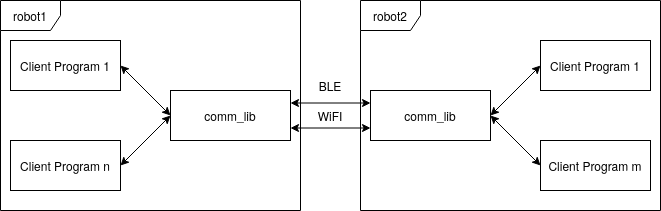
The draw.io diagram img/RECT-Architecture.png in F-WuTS/RECT-Diploma-Thesis, before a commit. Source tidied: cells renumbered, new cells last; positions are measured from the earlier drawing's top-left corner, leaving out a move shared by most shapes. Its diagram source:
```xml
<mxGraphModel>
  <root>
    <mxCell id="0" />
    <mxCell id="1" parent="0" />
    <mxCell id="2" value="robot1" style="shape=umlFrame;whiteSpace=wrap;html=1;" parent="1" vertex="1">
      <mxGeometry width="300" height="210" as="geometry" />
    </mxCell>
    <mxCell id="3" value="robot2" style="shape=umlFrame;whiteSpace=wrap;html=1;" parent="1" vertex="1">
      <mxGeometry x="360" width="300" height="210" as="geometry" />
    </mxCell>
    <mxCell id="4" value="Client Program 1" style="html=1;whiteSpace=wrap;" parent="1" vertex="1">
      <mxGeometry x="10" y="40" width="110" height="50" as="geometry" />
    </mxCell>
    <mxCell id="5" value="comm_lib" style="rounded=0;whiteSpace=wrap;html=1;" parent="1" vertex="1">
      <mxGeometry x="170" y="90" width="120" height="50" as="geometry" />
    </mxCell>
    <mxCell id="6" value="comm_lib" style="rounded=0;whiteSpace=wrap;html=1;" parent="1" vertex="1">
      <mxGeometry x="370" y="90" width="120" height="50" as="geometry" />
    </mxCell>
    <mxCell id="7" value="Client Program n" style="html=1;whiteSpace=wrap;" parent="1" vertex="1">
      <mxGeometry x="10" y="140" width="110" height="50" as="geometry" />
    </mxCell>
    <mxCell id="8" value="Client Program 1" style="html=1;whiteSpace=wrap;" parent="1" vertex="1">
      <mxGeometry x="540" y="40" width="110" height="50" as="geometry" />
    </mxCell>
    <mxCell id="9" value="Client Program m" style="html=1;whiteSpace=wrap;" parent="1" vertex="1">
      <mxGeometry x="540" y="140" width="110" height="50" as="geometry" />
    </mxCell>
    <mxCell id="10" style="endArrow=classic;startArrow=classic;html=1;rounded=0;exitX=1;exitY=0.5;exitDx=0;exitDy=0;entryX=0;entryY=0.5;entryDx=0;entryDy=0;" parent="1" edge="1" source="4" target="5">
      <mxGeometry relative="1" as="geometry" />
    </mxCell>
    <mxCell id="11" style="endArrow=classic;startArrow=classic;html=1;rounded=0;exitX=1;exitY=0.5;exitDx=0;exitDy=0;entryX=0;entryY=0.5;entryDx=0;entryDy=0;" parent="1" edge="1" source="7" target="5">
      <mxGeometry relative="1" as="geometry" />
    </mxCell>
    <mxCell id="12" style="endArrow=classic;startArrow=classic;html=1;rounded=0;exitX=1;exitY=0.5;exitDx=0;exitDy=0;entryX=0;entryY=0.5;entryDx=0;entryDy=0;" parent="1" edge="1" source="6" target="8">
      <mxGeometry relative="1" as="geometry" />
    </mxCell>
    <mxCell id="13" style="endArrow=classic;startArrow=classic;html=1;rounded=0;entryX=0;entryY=0.5;entryDx=0;entryDy=0;exitX=1;exitY=0.5;exitDx=0;exitDy=0;" parent="1" edge="1" source="6" target="9">
      <mxGeometry relative="1" as="geometry" />
    </mxCell>
    <mxCell id="14" style="endArrow=classic;startArrow=classic;html=1;rounded=0;exitX=1;exitY=0.25;exitDx=0;exitDy=0;entryX=0;entryY=0.25;entryDx=0;entryDy=0;" parent="1" edge="1" source="5" target="6">
      <mxGeometry relative="1" as="geometry" />
    </mxCell>
    <mxCell id="15" style="endArrow=classic;startArrow=classic;html=1;rounded=0;exitX=1;exitY=0.75;exitDx=0;exitDy=0;entryX=0;entryY=0.75;entryDx=0;entryDy=0;" parent="1" edge="1" source="5" target="6">
      <mxGeometry relative="1" as="geometry" />
    </mxCell>
    <mxCell id="16" value="BLE" style="text;html=1;align=center;verticalAlign=middle;whiteSpace=wrap;rounded=0;" parent="1" vertex="1">
      <mxGeometry x="300" y="70" width="60" height="30" as="geometry" />
    </mxCell>
    <mxCell id="17" value="WiFI" style="text;html=1;align=center;verticalAlign=middle;whiteSpace=wrap;rounded=0;" parent="1" vertex="1">
      <mxGeometry x="300" y="100" width="60" height="30" as="geometry" />
    </mxCell>
  </root>
</mxGraphModel>
```
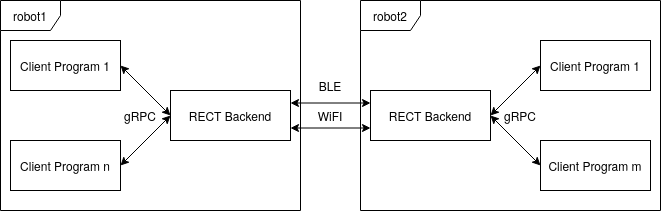
After the change.

The edit, as a diff of the source:
```diff
@@ -11,10 +11,10 @@
     <mxCell id="4" value="Client Program 1" style="html=1;whiteSpace=wrap;" parent="1" vertex="1">
       <mxGeometry x="10" y="40" width="110" height="50" as="geometry" />
     </mxCell>
-    <mxCell id="5" value="comm_lib" style="rounded=0;whiteSpace=wrap;html=1;" parent="1" vertex="1">
+    <mxCell id="5" value="RECT Backend" style="rounded=0;whiteSpace=wrap;html=1;" parent="1" vertex="1">
       <mxGeometry x="170" y="90" width="120" height="50" as="geometry" />
     </mxCell>
-    <mxCell id="6" value="comm_lib" style="rounded=0;whiteSpace=wrap;html=1;" parent="1" vertex="1">
+    <mxCell id="6" value="RECT Backend" style="rounded=0;whiteSpace=wrap;html=1;" parent="1" vertex="1">
       <mxGeometry x="370" y="90" width="120" height="50" as="geometry" />
     </mxCell>
     <mxCell id="7" value="Client Program n" style="html=1;whiteSpace=wrap;" parent="1" vertex="1">
@@ -50,5 +50,11 @@
     <mxCell id="17" value="WiFI" style="text;html=1;align=center;verticalAlign=middle;whiteSpace=wrap;rounded=0;" parent="1" vertex="1">
       <mxGeometry x="300" y="100" width="60" height="30" as="geometry" />
     </mxCell>
+    <mxCell id="18" value="gRPC" style="text;html=1;align=center;verticalAlign=middle;whiteSpace=wrap;rounded=0;" parent="1" vertex="1">
+      <mxGeometry x="110" y="100" width="60" height="30" as="geometry" />
+    </mxCell>
+    <mxCell id="19" value="gRPC" style="text;html=1;align=center;verticalAlign=middle;whiteSpace=wrap;rounded=0;" parent="1" vertex="1">
+      <mxGeometry x="490" y="100" width="60" height="30" as="geometry" />
+    </mxCell>
   </root>
 </mxGraphModel>
```
